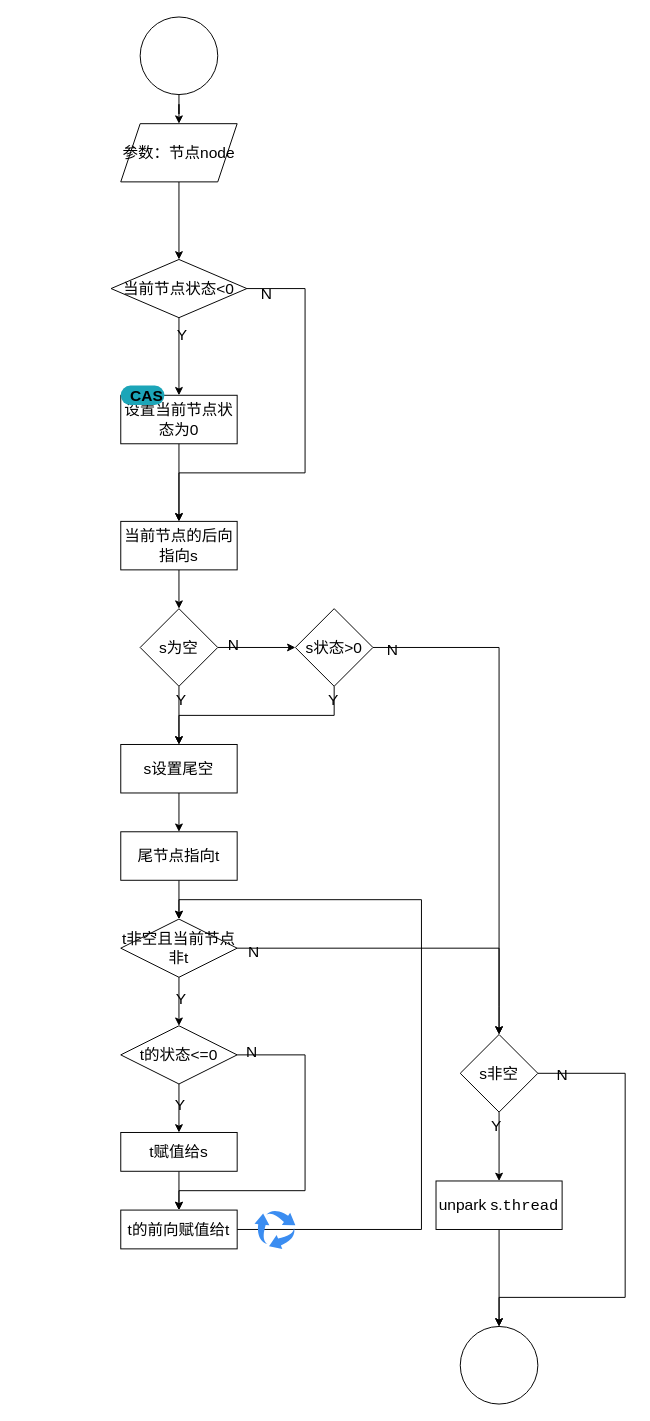
This is page "unparkSuccessor" (10 of 11) of src/drawio/aqs/aqs.drawio from NikolaZhang/NikolaZhang.github.io, a draw.io file, before an edit. Source tidied: cells renumbered, new cells numbered last; positions are measured from the earlier drawing's top-left corner, leaving out a move shared by most shapes. Both pictures are drawn from the tidied source at 97%, with x=0, y=0 at pixel (111, 16).
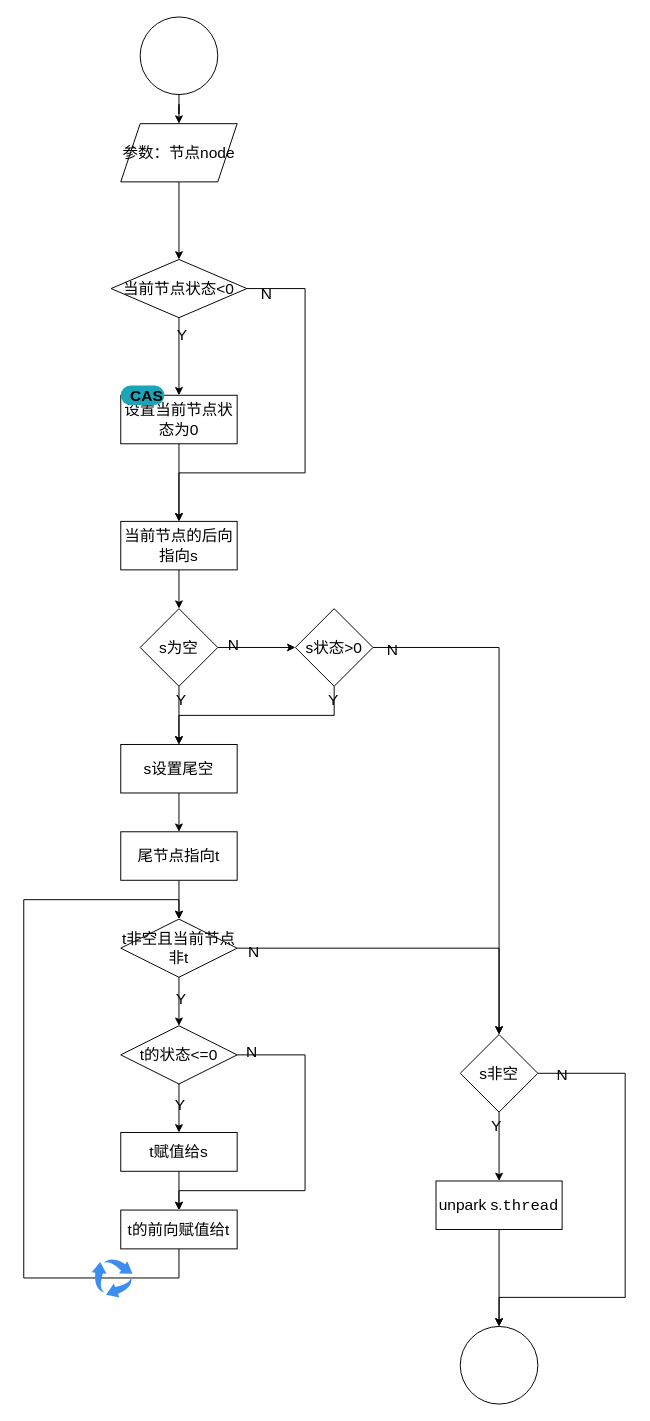
Above is the later version.

Unchanged cells that the change refers to:
```xml
<mxCell id="35" value="t非空且当前节点非t" style="rhombus;whiteSpace=wrap;html=1;fontSize=16;labelBackgroundColor=none;fontColor=default;" parent="1" vertex="1">
  <mxGeometry x="10" y="930" width="120" height="60" as="geometry" />
</mxCell>
<mxCell id="38" value="t的前向赋值给t" style="rounded=0;whiteSpace=wrap;html=1;fontSize=16;labelBackgroundColor=none;fontColor=default;" parent="1" vertex="1">
  <mxGeometry x="10" y="1230" width="120" height="40" as="geometry" />
</mxCell>
```

What changed in the source:
```diff
@@
-    <mxCell id="37" style="edgeStyle=orthogonalEdgeStyle;rounded=0;jettySize=auto;html=1;exitX=1;exitY=0.5;exitDx=0;exitDy=0;entryX=0.5;entryY=0;entryDx=0;entryDy=0;fontSize=16;labelBackgroundColor=none;fontColor=default;" parent="1" edge="1" source="38" target="35">
+    <mxCell id="37" style="edgeStyle=orthogonalEdgeStyle;rounded=0;jettySize=auto;html=1;exitX=0.5;exitY=1;exitDx=0;exitDy=0;entryX=0.5;entryY=0;entryDx=0;entryDy=0;fontSize=16;labelBackgroundColor=none;fontColor=default;" parent="1" edge="1" source="38" target="35">
       <mxGeometry relative="1" as="geometry">
         <Array as="points">
-          <mxPoint x="320" y="1250" />
-          <mxPoint x="320" y="910" />
+          <mxPoint x="70" y="1300" />
+          <mxPoint x="-90" y="1300" />
+          <mxPoint x="-90" y="910" />
           <mxPoint x="70" y="910" />
         </Array>
       </mxGeometry>
     </mxCell>
@@
     <mxCell id="52" style="sketch=0;html=1;strokeColor=none;shadow=0;fillColor=#3B8DF1;verticalAlign=top;labelPosition=center;verticalLabelPosition=bottom;shape=mxgraph.gcp2.arrow_cycle;" parent="1" vertex="1">
-      <mxGeometry x="147.9" y="1230" width="42.1" height="40" as="geometry" />
+      <mxGeometry x="-20" y="1280" width="42.1" height="40" as="geometry" />
     </mxCell>
```
